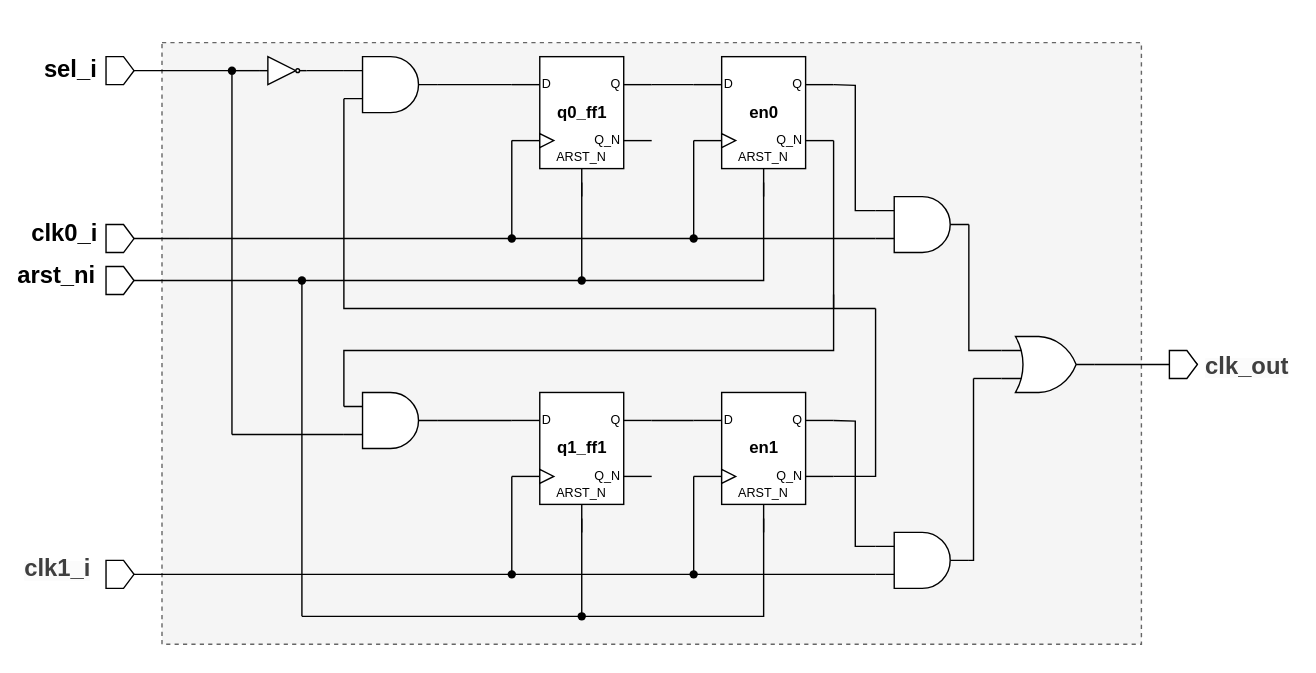
This is document/clk_mux.svg from ADN-VLSI/SC-SoC, a draw.io export, as it was before one commit. Source tidied: cells renumbered, new cells last; positions are measured from the earlier drawing's top-left corner, leaving out a move shared by most shapes.
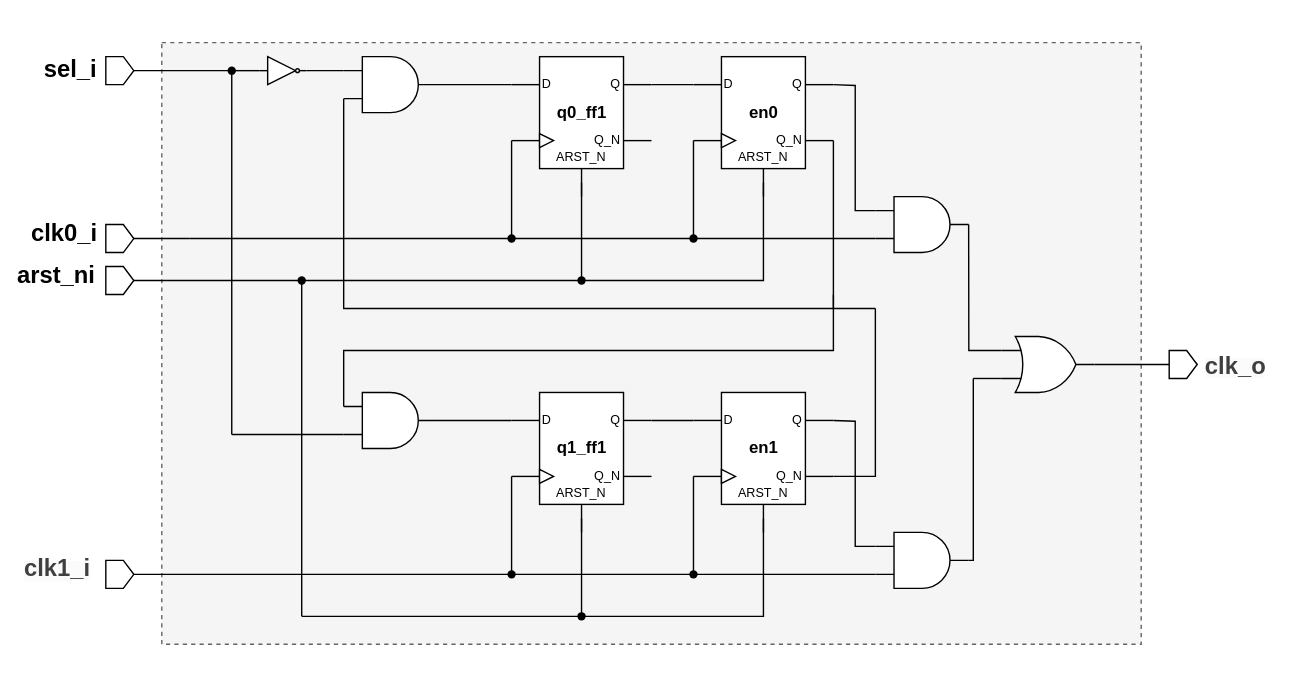
The same diagram one commit later.

The edit, as a diff of the source:
```diff
@@ -248,8 +248,8 @@
     <mxCell id="60" value="&lt;div style=&quot;text-align: center;&quot;&gt;&lt;span style=&quot;background-color: transparent;&quot;&gt;&lt;b style=&quot;&quot;&gt;&lt;font style=&quot;font-size: 17px;&quot;&gt;arst_ni&lt;/font&gt;&lt;/b&gt;&lt;/span&gt;&lt;/div&gt;" style="text;whiteSpace=wrap;html=1;" parent="1" vertex="1">
       <mxGeometry x="10" y="180" width="80" height="40" as="geometry" />
     </mxCell>
-    <mxCell id="61" value="&lt;b style=&quot;forced-color-adjust: none; color: rgb(63, 63, 63); scrollbar-color: rgb(226, 226, 226) rgb(251, 251, 251); font-family: Helvetica; font-style: normal; font-variant-ligatures: normal; font-variant-caps: normal; letter-spacing: normal; orphans: 2; text-align: center; text-indent: 0px; text-transform: none; widows: 2; word-spacing: 0px; -webkit-text-stroke-width: 0px; white-space: normal; background-color: rgb(251, 251, 251); text-decoration-thickness: initial; text-decoration-style: initial; text-decoration-color: initial;&quot;&gt;&lt;font style=&quot;font-size: 17px;&quot;&gt;clk_out&lt;/font&gt;&lt;/b&gt;" style="text;whiteSpace=wrap;html=1;" parent="1" vertex="1">
-      <mxGeometry x="859" y="245" width="80" height="40" as="geometry" />
+    <mxCell id="61" value="&lt;b style=&quot;forced-color-adjust: none; color: rgb(63, 63, 63); scrollbar-color: rgb(226, 226, 226) rgb(251, 251, 251); font-family: Helvetica; font-style: normal; font-variant-ligatures: normal; font-variant-caps: normal; letter-spacing: normal; orphans: 2; text-align: center; text-indent: 0px; text-transform: none; widows: 2; word-spacing: 0px; -webkit-text-stroke-width: 0px; white-space: normal; background-color: rgb(251, 251, 251); text-decoration-thickness: initial; text-decoration-style: initial; text-decoration-color: initial;&quot;&gt;&lt;font style=&quot;font-size: 17px;&quot;&gt;clk_o&lt;/font&gt;&lt;/b&gt;" style="text;whiteSpace=wrap;html=1;" parent="1" vertex="1">
+      <mxGeometry x="859" y="245" width="56" height="40" as="geometry" />
     </mxCell>
     <mxCell id="62" style="endArrow=none;html=1;" parent="1" edge="1" target="63">
       <mxGeometry relative="1" as="geometry">
```
